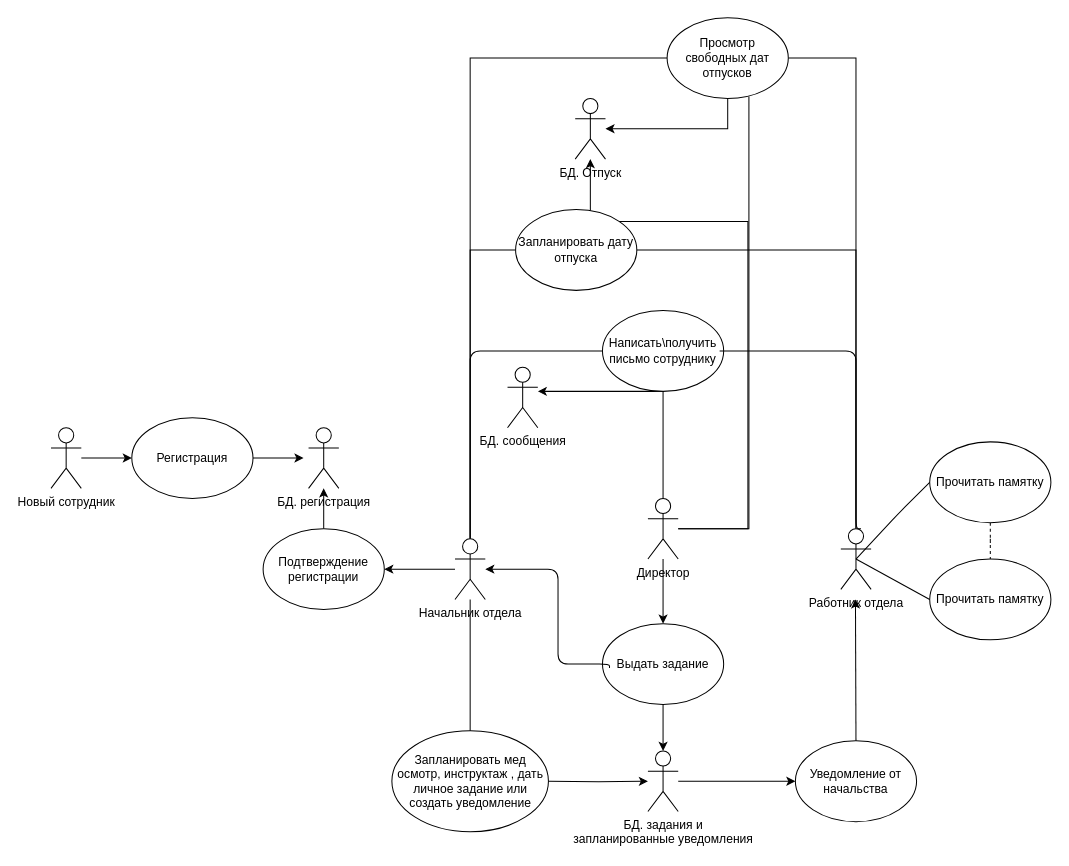
The draw.io diagram CaseDiagram.drawio in grigigo/Tankists, before the edit. Source tidied: cells renumbered, new cells numbered last; positions are measured from the earlier drawing's top-left corner, leaving out a move shared by most shapes. Both pictures are drawn from the tidied source at 101%, with x=0, y=0 at pixel (50, 17).
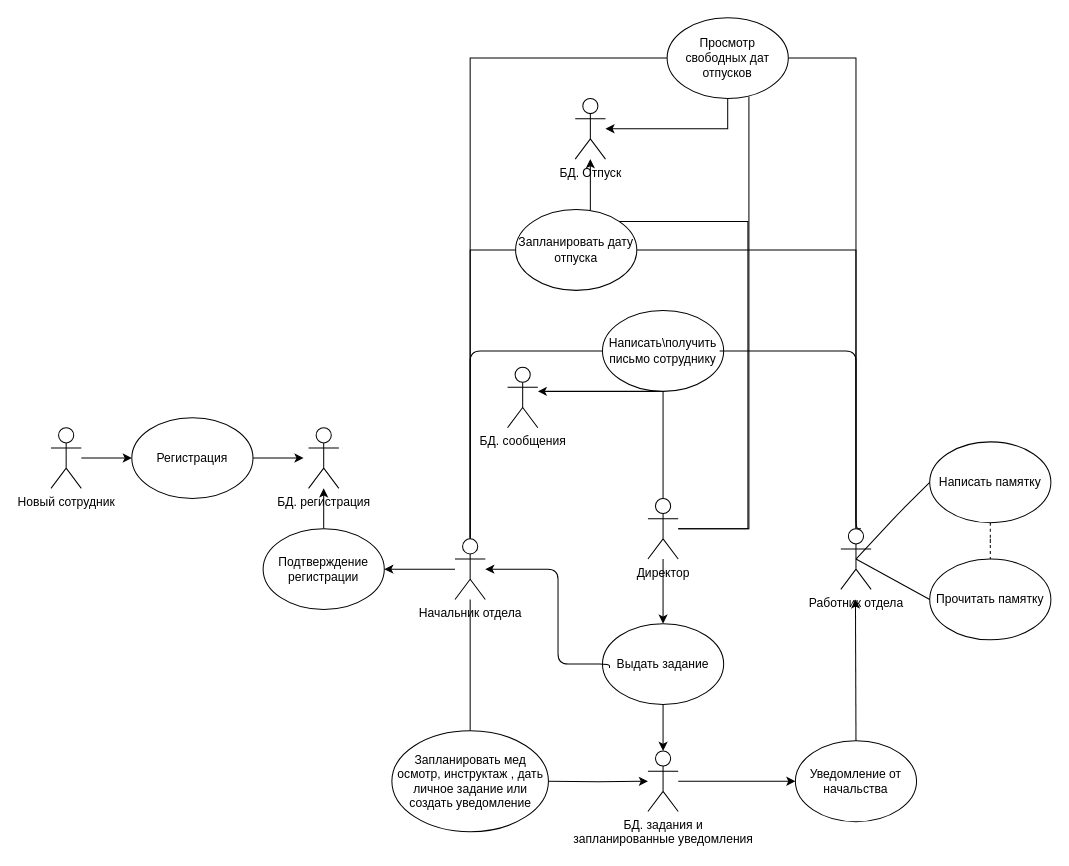
The same page after the edit.

Diff of the diagram source:
```diff
@@
-    <mxCell id="44" value="Прочитать памятку" style="ellipse;whiteSpace=wrap;html=1;" parent="1" vertex="1">
+    <mxCell id="44" value="Написать памятку" style="ellipse;whiteSpace=wrap;html=1;" parent="1" vertex="1">
       <mxGeometry x="870" y="420" width="120" height="80" as="geometry" />
     </mxCell>
```
